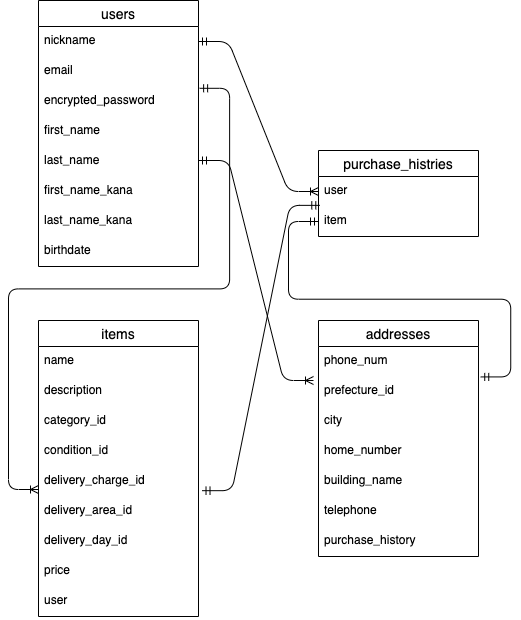
Above: ER.drawio.png in masataka-creator/furima-29611 (draw.io), before the change. Source tidied: cells renumbered, new cells last; positions are measured from the earlier drawing's top-left corner, leaving out a move shared by most shapes.
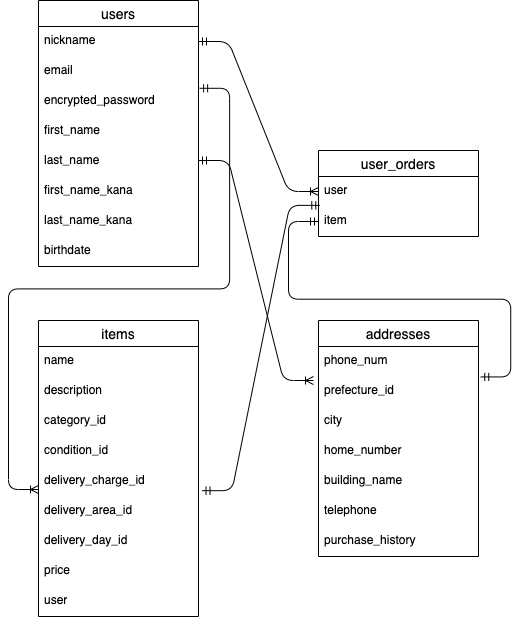
Later version of the same file.

What changed in the source:
```diff
@@ -66,7 +66,7 @@
     <mxCell id="21" value="purchase_history" style="text;strokeColor=none;fillColor=none;spacingLeft=4;spacingRight=4;overflow=hidden;fontSize=12;" parent="14" vertex="1">
       <mxGeometry y="206" width="160" height="30" as="geometry" />
     </mxCell>
-    <mxCell id="22" value="purchase_histries" style="swimlane;fontStyle=0;horizontal=1;startSize=26;align=center;fontSize=14;" parent="1" vertex="1">
+    <mxCell id="22" value="user_orders" style="swimlane;fontStyle=0;horizontal=1;startSize=26;align=center;fontSize=14;" parent="1" vertex="1">
       <mxGeometry x="280" y="150" width="160" height="86" as="geometry" />
     </mxCell>
     <mxCell id="23" value="user" style="text;strokeColor=none;fillColor=none;spacingLeft=4;spacingRight=4;overflow=hidden;points=[[0,0.5],[1,0.5]];portConstraint=eastwest;fontSize=12;" parent="22" vertex="1">
```
